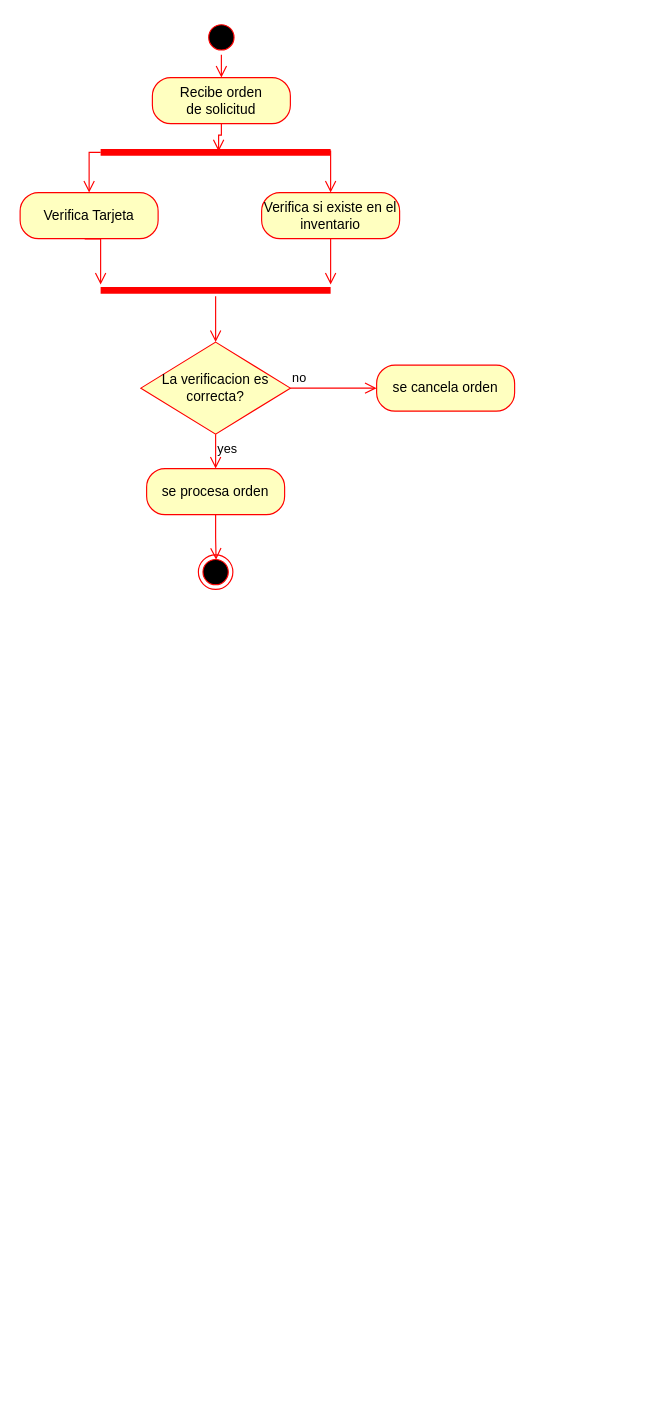
Earlier version of the draw.io diagram Diagrama sin título.drawio (YoCere/Proyecto1Taller). Source tidied: cells renumbered, new cells numbered last; positions are measured from the earlier drawing's top-left corner, leaving out a move shared by most shapes. Both pictures are drawn from the tidied source at 115%, with x=0, y=0 at pixel (20, 20).
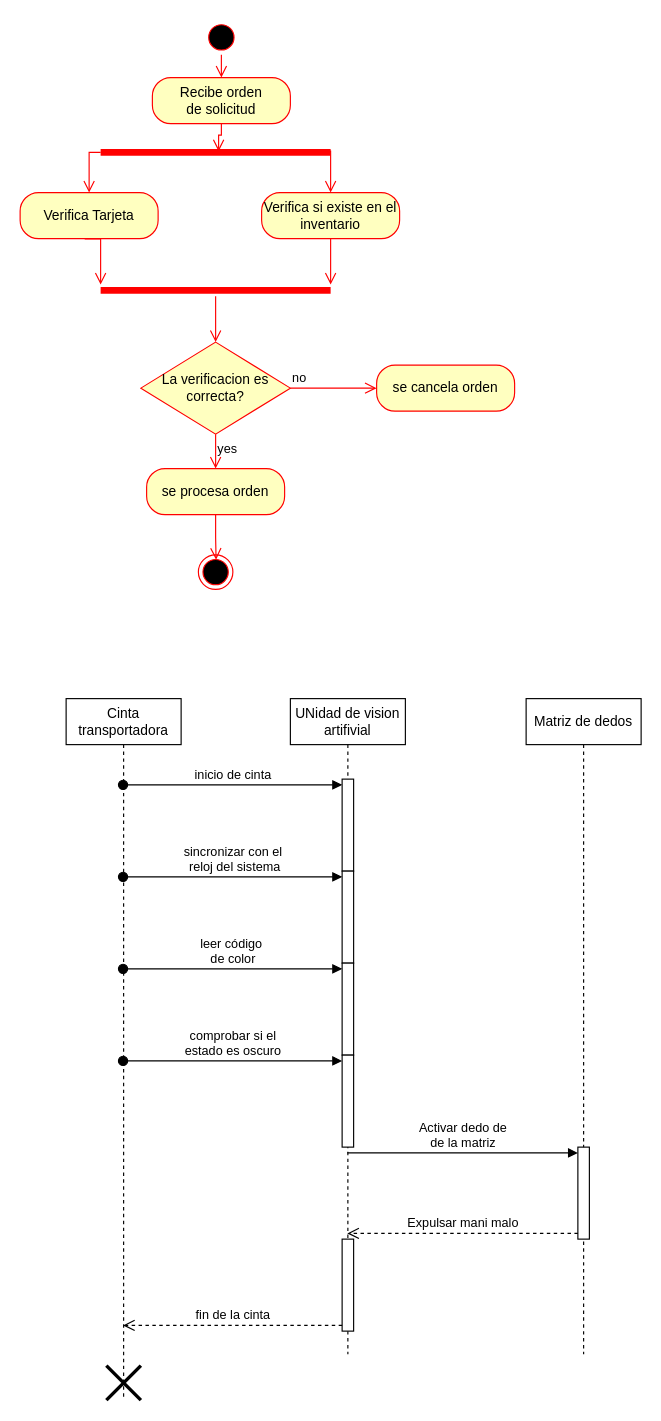
The same diagram, later.

Diff of the diagram source:
```diff
@@
+    <mxCell id="22" value="Cinta transportadora" style="shape=umlLifeline;perimeter=lifelinePerimeter;whiteSpace=wrap;html=1;outlineConnect=0;portConstraint=eastwest;newEdgeStyle={&quot;curved&quot;:0,&quot;rounded&quot;:0};" parent="1" vertex="1">
+      <mxGeometry x="40" y="590" width="100" height="610" as="geometry" />
+    </mxCell>
+    <mxCell id="23" style="shape=umlDestroy;whiteSpace=wrap;html=1;strokeWidth=3;targetShapes=umlLifeline;" parent="22" vertex="1">
+      <mxGeometry x="35" y="580" width="30" height="30" as="geometry" />
+    </mxCell>
+    <mxCell id="24" value="UNidad de vision artifivial" style="shape=umlLifeline;perimeter=lifelinePerimeter;whiteSpace=wrap;html=1;outlineConnect=0;portConstraint=eastwest;newEdgeStyle={&quot;curved&quot;:0,&quot;rounded&quot;:0};" parent="1" vertex="1">
+      <mxGeometry x="235" y="590" width="100" height="570" as="geometry" />
+    </mxCell>
+    <mxCell id="25" style="html=1;points=[[0,0,0,0,5],[0,1,0,0,-5],[1,0,0,0,5],[1,1,0,0,-5]];perimeter=orthogonalPerimeter;outlineConnect=0;targetShapes=umlLifeline;portConstraint=eastwest;newEdgeStyle={&quot;curved&quot;:0,&quot;rounded&quot;:0};" parent="24" vertex="1">
+      <mxGeometry x="45" y="70" width="10" height="80" as="geometry" />
+    </mxCell>
+    <mxCell id="26" style="html=1;points=[[0,0,0,0,5],[0,1,0,0,-5],[1,0,0,0,5],[1,1,0,0,-5]];perimeter=orthogonalPerimeter;outlineConnect=0;targetShapes=umlLifeline;portConstraint=eastwest;newEdgeStyle={&quot;curved&quot;:0,&quot;rounded&quot;:0};" parent="24" vertex="1">
+      <mxGeometry x="45" y="150" width="10" height="80" as="geometry" />
+    </mxCell>
+    <mxCell id="27" style="html=1;points=[[0,0,0,0,5],[0,1,0,0,-5],[1,0,0,0,5],[1,1,0,0,-5]];perimeter=orthogonalPerimeter;outlineConnect=0;targetShapes=umlLifeline;portConstraint=eastwest;newEdgeStyle={&quot;curved&quot;:0,&quot;rounded&quot;:0};" parent="24" vertex="1">
+      <mxGeometry x="45" y="230" width="10" height="80" as="geometry" />
+    </mxCell>
+    <mxCell id="28" style="html=1;points=[[0,0,0,0,5],[0,1,0,0,-5],[1,0,0,0,5],[1,1,0,0,-5]];perimeter=orthogonalPerimeter;outlineConnect=0;targetShapes=umlLifeline;portConstraint=eastwest;newEdgeStyle={&quot;curved&quot;:0,&quot;rounded&quot;:0};" parent="24" vertex="1">
+      <mxGeometry x="45" y="310" width="10" height="80" as="geometry" />
+    </mxCell>
+    <mxCell id="29" style="html=1;points=[[0,0,0,0,5],[0,1,0,0,-5],[1,0,0,0,5],[1,1,0,0,-5]];perimeter=orthogonalPerimeter;outlineConnect=0;targetShapes=umlLifeline;portConstraint=eastwest;newEdgeStyle={&quot;curved&quot;:0,&quot;rounded&quot;:0};" parent="24" vertex="1">
+      <mxGeometry x="45" y="470" width="10" height="80" as="geometry" />
+    </mxCell>
+    <mxCell id="30" value="Matriz de dedos" style="shape=umlLifeline;perimeter=lifelinePerimeter;whiteSpace=wrap;html=1;newEdgeStyle={&quot;curved&quot;:0,&quot;rounded&quot;:0};" parent="1" vertex="1">
+      <mxGeometry x="440" y="590" width="100" height="570" as="geometry" />
+    </mxCell>
+    <mxCell id="31" style="html=1;points=[[0,0,0,0,5],[0,1,0,0,-5],[1,0,0,0,5],[1,1,0,0,-5]];perimeter=orthogonalPerimeter;outlineConnect=0;targetShapes=umlLifeline;portConstraint=eastwest;newEdgeStyle={&quot;curved&quot;:0,&quot;rounded&quot;:0};" parent="30" vertex="1">
+      <mxGeometry x="45" y="390" width="10" height="80" as="geometry" />
+    </mxCell>
+    <mxCell id="32" value="inicio de cinta" style="html=1;verticalAlign=bottom;startArrow=oval;endArrow=block;startSize=8;curved=0;rounded=0;entryX=0;entryY=0;entryDx=0;entryDy=5;" parent="1" edge="1" source="22" target="25">
+      <mxGeometry relative="1" as="geometry" />
+    </mxCell>
+    <mxCell id="33" value="sincronizar con el&lt;br&gt;&amp;nbsp;reloj del sistema" style="html=1;verticalAlign=bottom;startArrow=oval;endArrow=block;startSize=8;curved=0;rounded=0;entryX=0;entryY=0;entryDx=0;entryDy=5;" parent="1" edge="1" source="22" target="26">
+      <mxGeometry relative="1" as="geometry" />
+    </mxCell>
+    <mxCell id="34" value="leer código&amp;nbsp;&lt;br&gt;de color" style="html=1;verticalAlign=bottom;startArrow=oval;endArrow=block;startSize=8;curved=0;rounded=0;entryX=0;entryY=0;entryDx=0;entryDy=5;" parent="1" edge="1" source="22" target="27">
+      <mxGeometry relative="1" as="geometry" />
+    </mxCell>
+    <mxCell id="35" value="comprobar si el&lt;br&gt;estado es oscuro" style="html=1;verticalAlign=bottom;startArrow=oval;endArrow=block;startSize=8;curved=0;rounded=0;entryX=0;entryY=0;entryDx=0;entryDy=5;" parent="1" edge="1" source="22" target="28">
+      <mxGeometry relative="1" as="geometry" />
+    </mxCell>
+    <mxCell id="36" value="Activar dedo de&lt;br&gt;de la matriz" style="html=1;verticalAlign=bottom;endArrow=block;curved=0;rounded=0;entryX=0;entryY=0;entryDx=0;entryDy=5;" parent="1" edge="1" source="24" target="31">
+      <mxGeometry relative="1" as="geometry" />
+    </mxCell>
+    <mxCell id="37" value="Expulsar mani malo" style="html=1;verticalAlign=bottom;endArrow=open;dashed=1;endSize=8;curved=0;rounded=0;exitX=0;exitY=1;exitDx=0;exitDy=-5;" parent="1" edge="1" source="31" target="24">
+      <mxGeometry relative="1" as="geometry" />
+    </mxCell>
+    <mxCell id="38" value="fin de la cinta" style="html=1;verticalAlign=bottom;endArrow=open;dashed=1;endSize=8;curved=0;rounded=0;exitX=0;exitY=1;exitDx=0;exitDy=-5;" parent="1" edge="1" source="29" target="22">
+      <mxGeometry relative="1" as="geometry" />
+    </mxCell>
```
